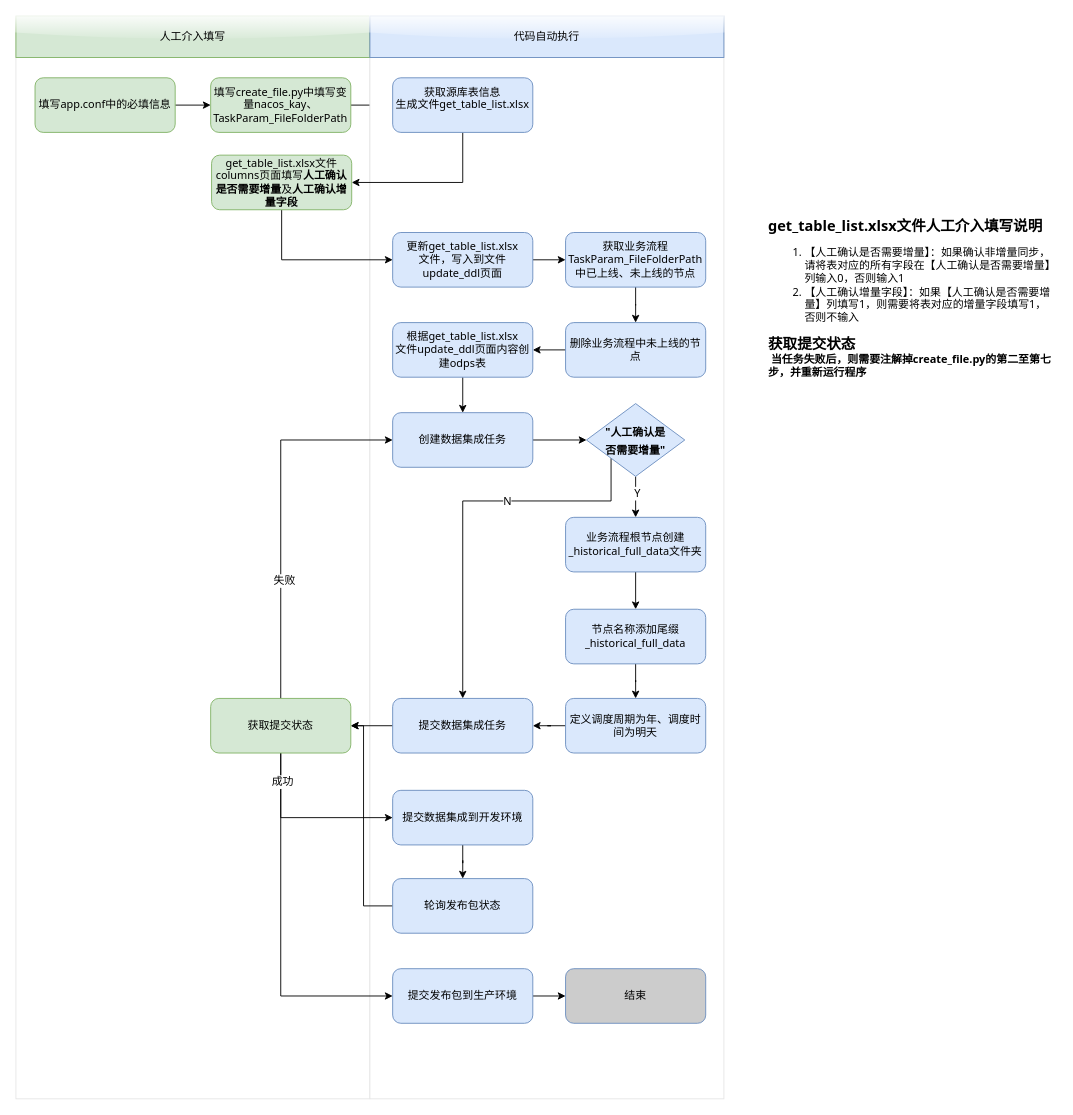
Above: OpenAPI/OpenAPI工作流程.drawio in qushuxian/static_files (draw.io), before the change. Source tidied: cells renumbered, new cells numbered last; positions are measured from the earlier drawing's top-left corner, leaving out a move shared by most shapes. Both pictures are drawn from the tidied source at 91%, with x=0, y=0 at pixel (15, 15).
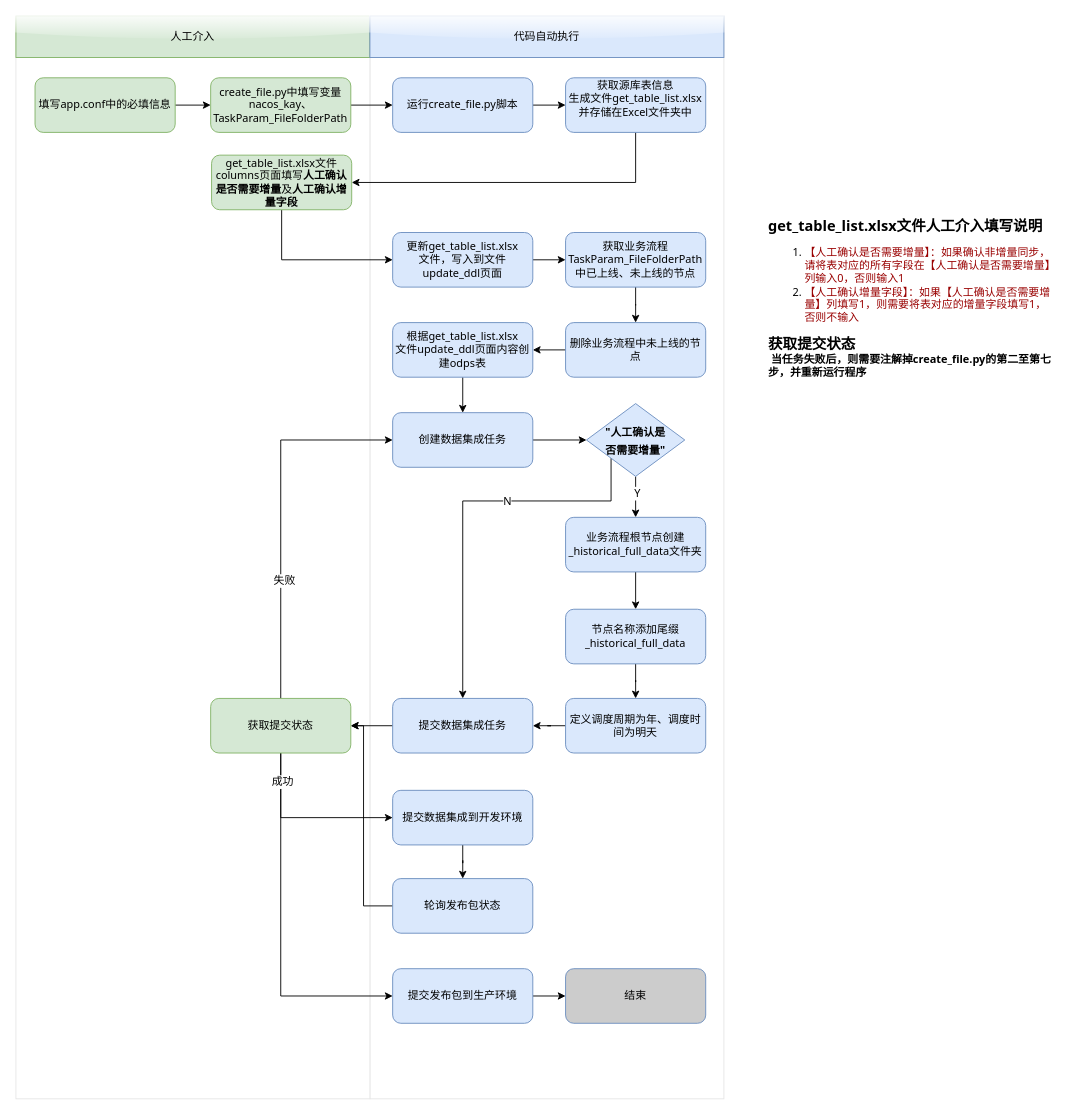
Above is the later version.

Commit message (it also covers changes not shown here):
更新OpenAPI工作流程.drawio

The change refers to these unchanged cells:
```xml
<mxCell id="14" value="&lt;span style=&quot;caret-color: rgb(29, 53, 87);&quot;&gt;get_table_list.xlsx文件columns页面填写&lt;/span&gt;&lt;b&gt;人工确认是否需要增量&lt;/b&gt;&lt;span style=&quot;caret-color: rgb(29, 53, 87);&quot;&gt;及&lt;/span&gt;&lt;b&gt;人工确认增量字段&lt;/b&gt;" style="rounded=1;whiteSpace=wrap;html=1;fillColor=#d5e8d4;strokeColor=#82b366;fontFamily=Tahoma;fontColor=#000000;" parent="1" vertex="1">
  <mxGeometry x="215" y="153" width="154" height="60" as="geometry" />
</mxCell>
```

What changed in the source:
```diff
@@
+    <mxCell id="8" style="rounded=0;whiteSpace=wrap;html=1;strokeColor=#E6E6E6;fontFamily=Tahoma;fontColor=#000000;" parent="1" vertex="1">
+      <mxGeometry x="389" width="389" height="1190" as="geometry" />
+    </mxCell>
@@
-    <mxCell id="6" value="填写create_file.py中填写变量nacos_kay、TaskParam_FileFolderPath" style="rounded=1;whiteSpace=wrap;html=1;fillColor=#d5e8d4;strokeColor=#82b366;fontFamily=Tahoma;fontColor=#000000;" parent="1" vertex="1">
+    <mxCell id="6" value="create_file.py中填写变量nacos_kay、TaskParam_FileFolderPath" style="rounded=1;whiteSpace=wrap;html=1;fillColor=#d5e8d4;strokeColor=#82b366;fontFamily=Tahoma;fontColor=#000000;" parent="1" vertex="1">
       <mxGeometry x="214" y="68" width="154" height="60" as="geometry" />
     </mxCell>
-    <mxCell id="7" value="&lt;span style=&quot;caret-color: rgb(29, 53, 87); text-align: center; font-size: 16px;&quot;&gt;&lt;br&gt;&lt;font style=&quot;font-size: 16px;&quot;&gt;&lt;b&gt;get_table_list.xlsx文件人工介入填写&lt;/b&gt;&lt;/font&gt;&lt;/span&gt;&lt;font style=&quot;font-size: 16px;&quot;&gt;&lt;b&gt;说明&lt;/b&gt;&lt;/font&gt;&lt;br&gt;&lt;ol&gt;&lt;li&gt;【人工确认是否需要增量】：如果确认非增量同步，请将表对应的所有字段在【人工确认是否需要增量】列输入0，否则输入1&lt;/li&gt;&lt;li&gt;【人工确认增量字段】：如果【人工确认是否需要增量】列填写1，则需要将表对应的增量字段填写1，否则不输入&lt;/li&gt;&lt;/ol&gt;&lt;span style=&quot;caret-color: rgb(29, 53, 87); text-align: center;&quot;&gt;&lt;b&gt;&lt;font style=&quot;font-size: 16px;&quot;&gt;获取提交状态&lt;br&gt;&lt;/font&gt;&lt;/b&gt;&lt;/span&gt;&lt;b style=&quot;&quot;&gt;&lt;span style=&quot;&quot;&gt; &lt;span style=&quot;white-space: pre;&quot;&gt; &lt;/span&gt;当任务失败后，则需要注解掉create_file.py的第二至第七步，并重新运行程序&lt;/span&gt;&lt;br&gt;&lt;/b&gt;" style="text;html=1;strokeColor=none;fillColor=none;spacing=5;spacingTop=-20;whiteSpace=wrap;overflow=hidden;rounded=0;fontFamily=Tahoma;fontColor=#000000;" parent="1" vertex="1">
+    <mxCell id="7" value="&lt;span style=&quot;caret-color: rgb(29, 53, 87); text-align: center; font-size: 16px;&quot;&gt;&lt;br&gt;&lt;font style=&quot;font-size: 16px;&quot;&gt;&lt;b&gt;get_table_list.xlsx文件人工介入填写&lt;/b&gt;&lt;/font&gt;&lt;/span&gt;&lt;font style=&quot;font-size: 16px;&quot;&gt;&lt;b&gt;说明&lt;/b&gt;&lt;/font&gt;&lt;br&gt;&lt;ol&gt;&lt;li&gt;&lt;font color=&quot;#990000&quot;&gt;【人工确认是否需要增量】：如果确认非增量同步，请将表对应的所有字段在【人工确认是否需要增量】列输入0，否则输入1&lt;/font&gt;&lt;/li&gt;&lt;li&gt;&lt;font color=&quot;#990000&quot;&gt;【人工确认增量字段】：如果【人工确认是否需要增量】列填写1，则需要将表对应的增量字段填写1，否则不输入&lt;/font&gt;&lt;/li&gt;&lt;/ol&gt;&lt;span style=&quot;caret-color: rgb(29, 53, 87); text-align: center;&quot;&gt;&lt;b&gt;&lt;font style=&quot;font-size: 16px;&quot;&gt;获取提交状态&lt;br&gt;&lt;/font&gt;&lt;/b&gt;&lt;/span&gt;&lt;b style=&quot;&quot;&gt;&lt;span style=&quot;&quot;&gt; &lt;span style=&quot;white-space: pre;&quot;&gt; &lt;/span&gt;当任务失败后，则需要注解掉create_file.py的第二至第七步，并重新运行程序&lt;/span&gt;&lt;br&gt;&lt;/b&gt;" style="text;html=1;strokeColor=none;fillColor=none;spacing=5;spacingTop=-20;whiteSpace=wrap;overflow=hidden;rounded=0;fontFamily=Tahoma;fontColor=#000000;" parent="1" vertex="1">
       <mxGeometry x="822" y="213" width="322" height="251" as="geometry" />
     </mxCell>
-    <mxCell id="8" style="rounded=0;whiteSpace=wrap;html=1;strokeColor=#E6E6E6;fontFamily=Tahoma;fontColor=#000000;" parent="1" vertex="1">
-      <mxGeometry x="389" width="389" height="1190" as="geometry" />
-    </mxCell>
-    <mxCell id="9" value="人工介入填写" style="rounded=0;whiteSpace=wrap;html=1;fillColor=#d5e8d4;strokeColor=#82b366;shadow=0;glass=1;sketch=0;fontFamily=Tahoma;fontColor=#000000;" parent="1" vertex="1">
+    <mxCell id="9" value="人工介入" style="rounded=0;whiteSpace=wrap;html=1;fillColor=#d5e8d4;strokeColor=#82b366;shadow=0;glass=1;sketch=0;fontFamily=Tahoma;fontColor=#000000;" parent="1" vertex="1">
       <mxGeometry width="389" height="45.7" as="geometry" />
     </mxCell>
@@
-    <mxCell id="11" style="edgeStyle=orthogonalEdgeStyle;rounded=0;jettySize=auto;html=1;exitX=0.5;exitY=1;exitDx=0;exitDy=0;entryX=1;entryY=0.5;entryDx=0;entryDy=0;fontFamily=Tahoma;fontColor=#000000;" parent="1" edge="1" source="12" target="14">
+    <mxCell id="11" style="edgeStyle=orthogonalEdgeStyle;rounded=0;jettySize=auto;html=1;exitX=0.5;exitY=1;exitDx=0;exitDy=0;entryX=1;entryY=0.5;entryDx=0;entryDy=0;fontFamily=Tahoma;fontColor=#000000;" parent="1" edge="1" source="52" target="14">
       <mxGeometry relative="1" as="geometry" />
     </mxCell>
+    <mxCell id="51" style="edgeStyle=orthogonalEdgeStyle;rounded=0;jettySize=auto;html=1;exitX=1;exitY=0.5;exitDx=0;exitDy=0;entryX=0;entryY=0.5;entryDx=0;entryDy=0;fontFamily=Tahoma;fontSize=16;fontColor=#FF8000;" parent="1" edge="1" source="12" target="52">
+      <mxGeometry relative="1" as="geometry" />
+    </mxCell>
-    <mxCell id="12" value="&lt;span style=&quot;caret-color: rgb(29, 53, 87);&quot;&gt;获取源库表信息&lt;/span&gt;&lt;br style=&quot;caret-color: rgb(29, 53, 87);&quot;&gt;&lt;span style=&quot;caret-color: rgb(29, 53, 87);&quot;&gt;生成文件get_table_list.xlsx&lt;/span&gt;&lt;br style=&quot;caret-color: rgb(29, 53, 87);&quot;&gt;&lt;span style=&quot;font-size: 0px;&quot;&gt;excelexcel%3CmxGraphModel%3E%3Croot%3E%3CmxCell%20id%3D%220%22%2F%3E%3CmxCell%20id%3D%221%22%20parent%3D%220%22%2F%3E%3CmxCell%20id%3D%222%22%20value%3D%22%E8%8E%B7%E5%8F%96%E6%BA%90%E5%BA%93%E8%A1%A8%E4%BF%A1%E6%81%AF%22%20style%3D%22rounded%3D1%3BwhiteSpace%3Dwrap%3Bhtml%3D1%3BfillColor%3D%23A8DADC%3BstrokeColor%3D%23457B9D%3BfontColor%3D%231D3557%3B%22%20vertex%3D%221%22%20parent%3D%221%22%3E%3CmxGeometry%20x%3D%22190%22%20y%3D%22100%22%20width%3D%22120%22%20height%3D%2260%22%20as%3D%22geometry%22%2F%3E%3C%2FmxCell%3E%3C%2Froot%3E%3C%2FmxGraphModel%3Eeeexceawer12342342345&lt;/span&gt;" style="rounded=1;whiteSpace=wrap;html=1;fillColor=#dae8fc;strokeColor=#6c8ebf;fontFamily=Tahoma;fontColor=#000000;" parent="1" vertex="1">
+    <mxCell id="12" value="&lt;span style=&quot;caret-color: rgb(29, 53, 87);&quot;&gt;运行&lt;/span&gt;create_file.py脚本" style="rounded=1;whiteSpace=wrap;html=1;fillColor=#dae8fc;strokeColor=#6c8ebf;fontFamily=Tahoma;fontColor=#000000;" parent="1" vertex="1">
       <mxGeometry x="414" y="68" width="154" height="60" as="geometry" />
     </mxCell>
@@
+    <mxCell id="52" value="&lt;span style=&quot;caret-color: rgb(29, 53, 87);&quot;&gt;获取源库表信息&lt;/span&gt;&lt;br style=&quot;caret-color: rgb(29, 53, 87);&quot;&gt;&lt;span style=&quot;caret-color: rgb(29, 53, 87);&quot;&gt;生成文件get_table_list.xlsx并存储在Excel文件夹中&lt;/span&gt;&lt;br style=&quot;caret-color: rgb(29, 53, 87);&quot;&gt;&lt;span style=&quot;font-size: 0px;&quot;&gt;excelexcel%3CmxGraphModel%3E%3Croot%3E%3CmxCell%20id%3D%220%22%2F%3E%3CmxCell%20id%3D%221%22%20parent%3D%220%22%2F%3E%3CmxCell%20id%3D%222%22%20value%3D%22%E8%8E%B7%E5%8F%96%E6%BA%90%E5%BA%93%E8%A1%A8%E4%BF%A1%E6%81%AF%22%20style%3D%22rounded%3D1%3BwhiteSpace%3Dwrap%3Bhtml%3D1%3BfillColor%3D%23A8DADC%3BstrokeColor%3D%23457B9D%3BfontColor%3D%231D3557%3B%22%20vertex%3D%221%22%20parent%3D%221%22%3E%3CmxGeometry%20x%3D%22190%22%20y%3D%22100%22%20width%3D%22120%22%20height%3D%2260%22%20as%3D%22geometry%22%2F%3E%3C%2FmxCell%3E%3C%2Froot%3E%3C%2FmxGraphModel%3Eeeexceawer12342342345&lt;/span&gt;" style="rounded=1;whiteSpace=wrap;html=1;fillColor=#dae8fc;strokeColor=#6c8ebf;fontFamily=Tahoma;fontColor=#000000;" parent="1" vertex="1">
+      <mxGeometry x="604" y="68" width="154" height="60" as="geometry" />
+    </mxCell>
```
